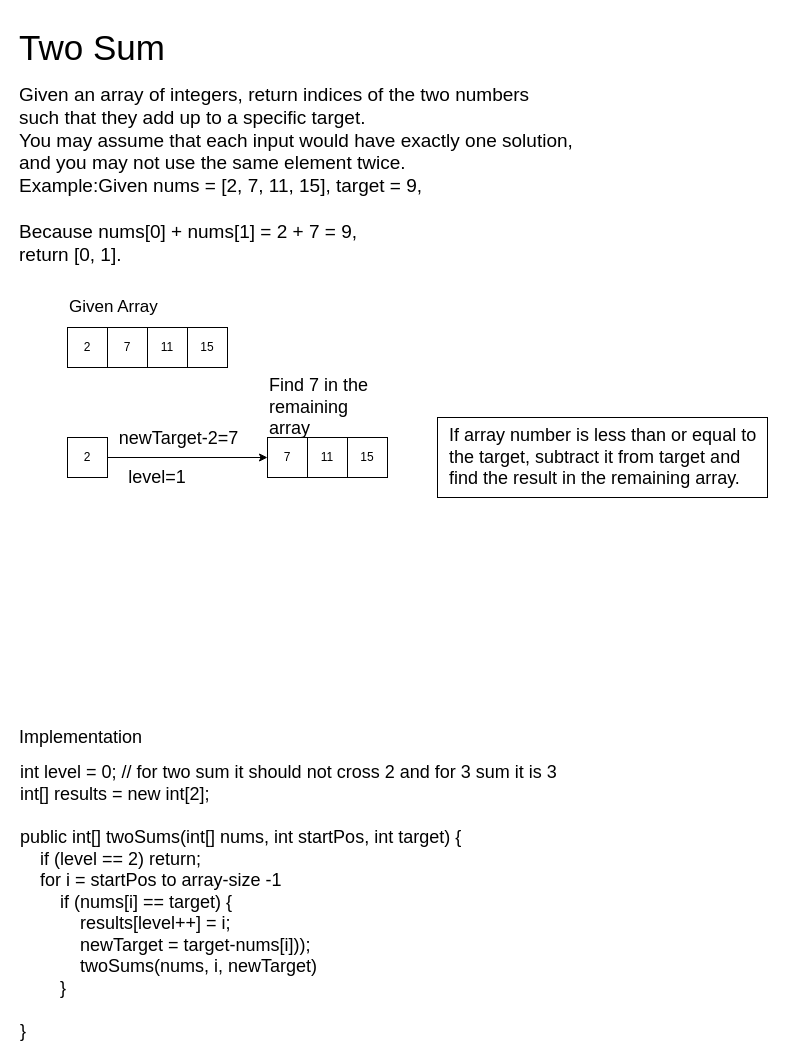
Above: docs/ThreeSum.drawio in rajsenthil/tdd-java (draw.io), before the change. Source tidied: cells renumbered, new cells numbered last; positions are measured from the earlier drawing's top-left corner, leaving out a move shared by most shapes. Both pictures are drawn from the tidied source at 100%, with x=0, y=0 at pixel (17, 17).
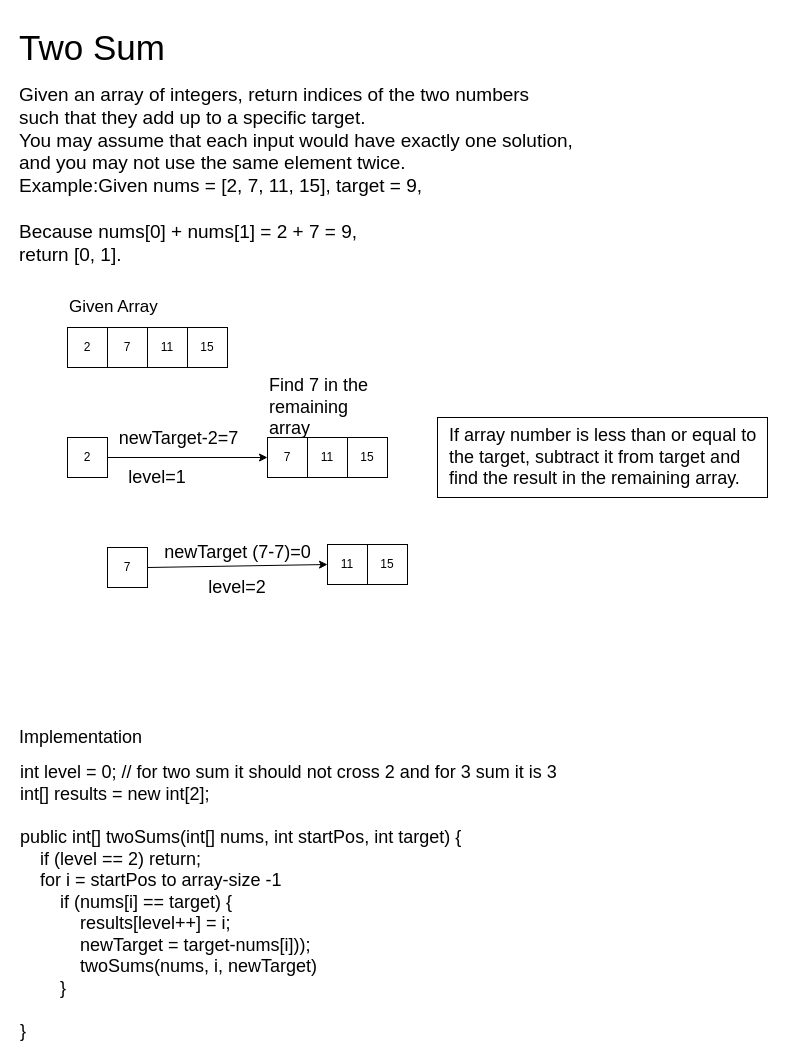
Above is the later version.

Change to the diagram source:
```diff
@@
+    <mxCell id="21" value="7" style="rounded=0;whiteSpace=wrap;html=1;" parent="1" vertex="1">
+      <mxGeometry x="90" y="530" width="40" height="40" as="geometry" />
+    </mxCell>
+    <mxCell id="22" value="11" style="rounded=0;whiteSpace=wrap;html=1;" parent="1" vertex="1">
+      <mxGeometry x="310" y="527" width="40" height="40" as="geometry" />
+    </mxCell>
+    <mxCell id="23" value="15" style="rounded=0;whiteSpace=wrap;html=1;" parent="1" vertex="1">
+      <mxGeometry x="350" y="527" width="40" height="40" as="geometry" />
+    </mxCell>
+    <mxCell id="24" style="endArrow=classic;html=1;fontSize=18;entryX=0;entryY=0.5;entryDx=0;entryDy=0;exitX=1;exitY=0.5;exitDx=0;exitDy=0;" parent="1" edge="1" source="21" target="22">
+      <mxGeometry relative="1" as="geometry" />
+    </mxCell>
+    <mxCell id="25" value="newTarget (7-7)=0" style="text;html=1;align=center;verticalAlign=middle;fontSize=18;" parent="1" vertex="1">
+      <mxGeometry x="140" y="520" width="160" height="30" as="geometry" />
+    </mxCell>
+    <mxCell id="26" value="level=2" style="text;html=1;strokeColor=none;fillColor=none;align=center;verticalAlign=middle;whiteSpace=wrap;rounded=0;fontSize=18;" parent="1" vertex="1">
+      <mxGeometry x="200" y="560" width="40" height="20" as="geometry" />
+    </mxCell>
```
